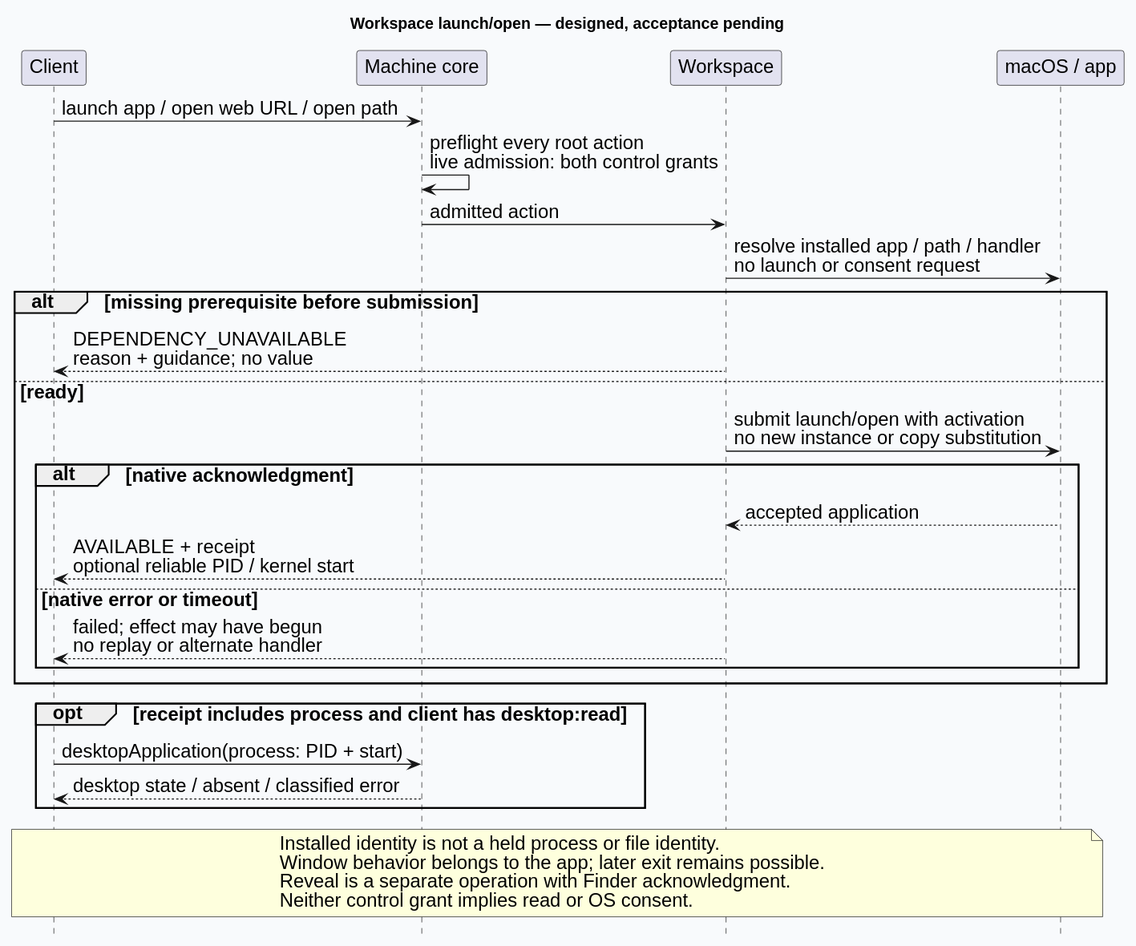
Earlier version of the PlantUML export docs/design/architecture/workspace-open.svg (Linkuistics/Koine). Its diagram source:
```plantuml
@startuml
skinparam backgroundColor #F8FAFC
skinparam defaultFontName Helvetica
skinparam defaultFontSize 17
skinparam shadowing false
hide footbox
title Workspace launch/open — designed, acceptance pending
participant Client
participant "Machine core" as Core
participant Workspace
participant "macOS / app" as Native
Client -> Core: launch app / open web URL / open path
Core -> Core: preflight every root action\nlive admission: both control grants
Core -> Workspace: admitted action
Workspace -> Native: resolve installed app / path / handler\nno launch or consent request
alt missing prerequisite before submission
  Workspace --> Client: DEPENDENCY_UNAVAILABLE\nreason + guidance; no value
else ready
  Workspace -> Native: submit launch/open with activation\nno new instance or copy substitution
  alt native acknowledgment
    Native --> Workspace: accepted application
    Workspace --> Client: AVAILABLE + receipt\noptional reliable PID / kernel start
  else native error or timeout
    Workspace --> Client: failed; effect may have begun\nno replay or alternate handler
  end
end
opt receipt includes process and client has desktop:read
  Client -> Core: desktopApplication(process: PID + start)
  Core --> Client: desktop state / absent / classified error
end
note over Client,Native
Installed identity is not a held process or file identity.
Window behavior belongs to the app; later exit remains possible.
Reveal is a separate operation with Finder acknowledgment.
Neither control grant implies read or OS consent.
end note
@enduml
```
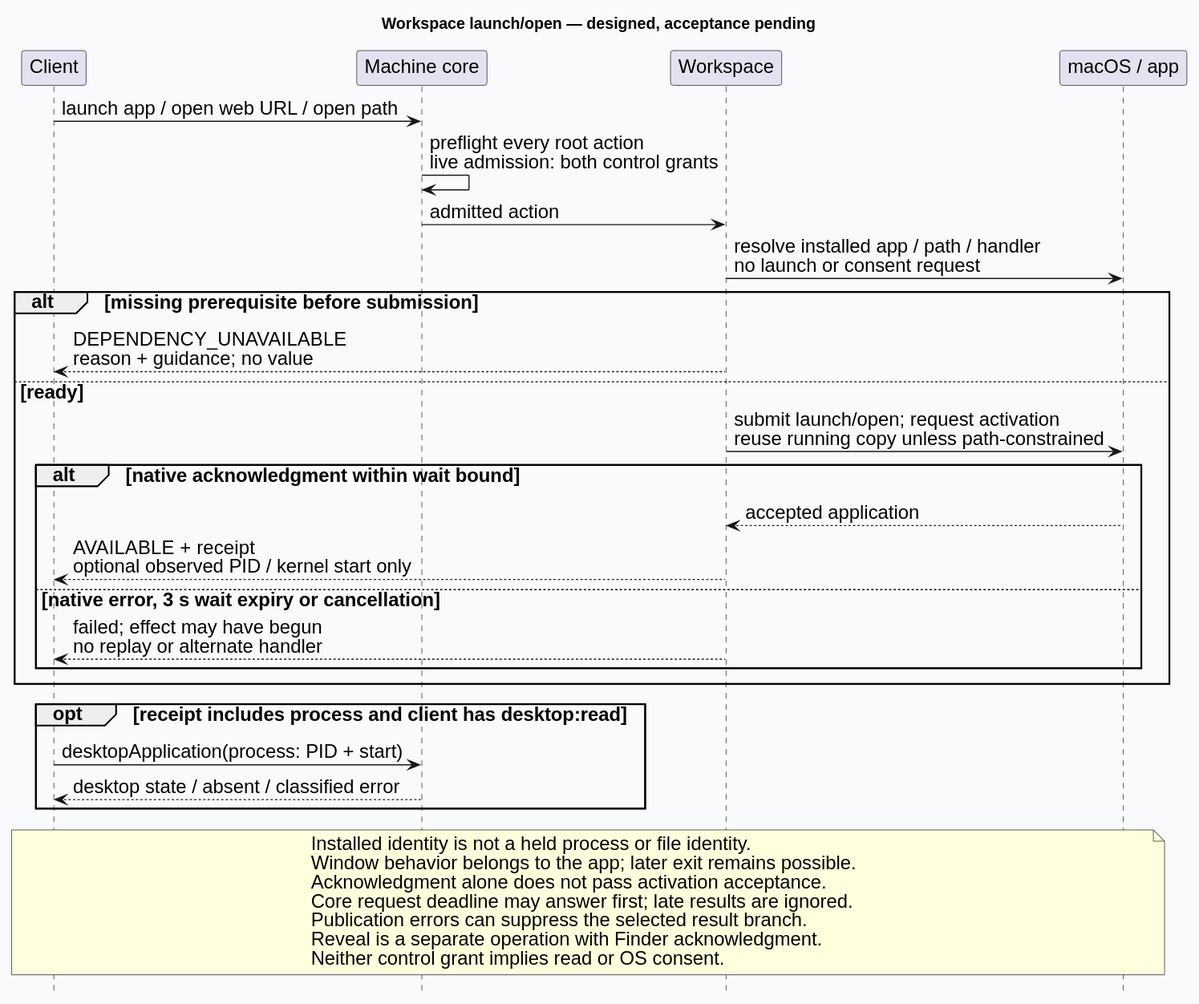
Above is the later version.

Change to the diagram source:
```diff
@@ -16,11 +16,11 @@
 alt missing prerequisite before submission
   Workspace --> Client: DEPENDENCY_UNAVAILABLE\nreason + guidance; no value
 else ready
-  Workspace -> Native: submit launch/open with activation\nno new instance or copy substitution
-  alt native acknowledgment
+  Workspace -> Native: submit launch/open; request activation\nreuse running copy unless path-constrained
+  alt native acknowledgment within wait bound
     Native --> Workspace: accepted application
-    Workspace --> Client: AVAILABLE + receipt\noptional reliable PID / kernel start
-  else native error or timeout
+    Workspace --> Client: AVAILABLE + receipt\noptional observed PID / kernel start only
+  else native error, 3 s wait expiry or cancellation
     Workspace --> Client: failed; effect may have begun\nno replay or alternate handler
   end
 end
@@ -31,6 +31,9 @@
 note over Client,Native
 Installed identity is not a held process or file identity.
 Window behavior belongs to the app; later exit remains possible.
+Acknowledgment alone does not pass activation acceptance.
+Core request deadline may answer first; late results are ignored.
+Publication errors can suppress the selected result branch.
 Reveal is a separate operation with Finder acknowledgment.
 Neither control grant implies read or OS consent.
 end note
```
